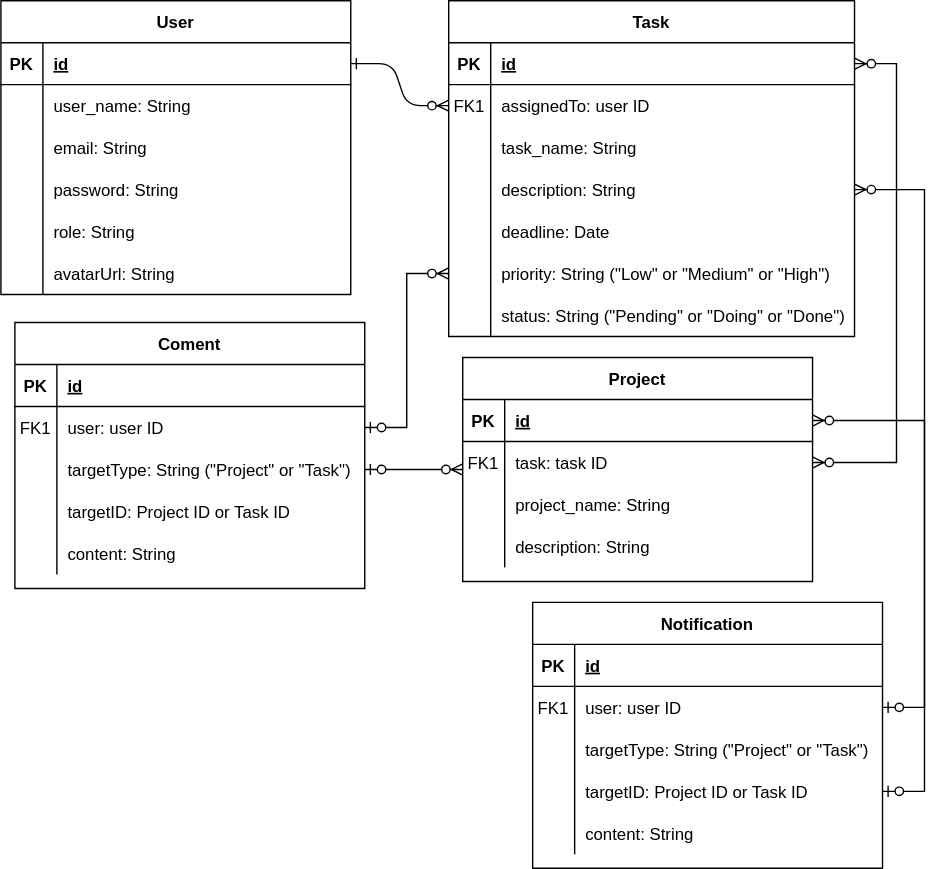
Before: ERD TASKFLOW.svg, a diagram exported from draw.io (nghianm2803/taskflow-be). Source tidied: cells renumbered, new cells last; positions are measured from the earlier drawing's top-left corner, leaving out a move shared by most shapes.
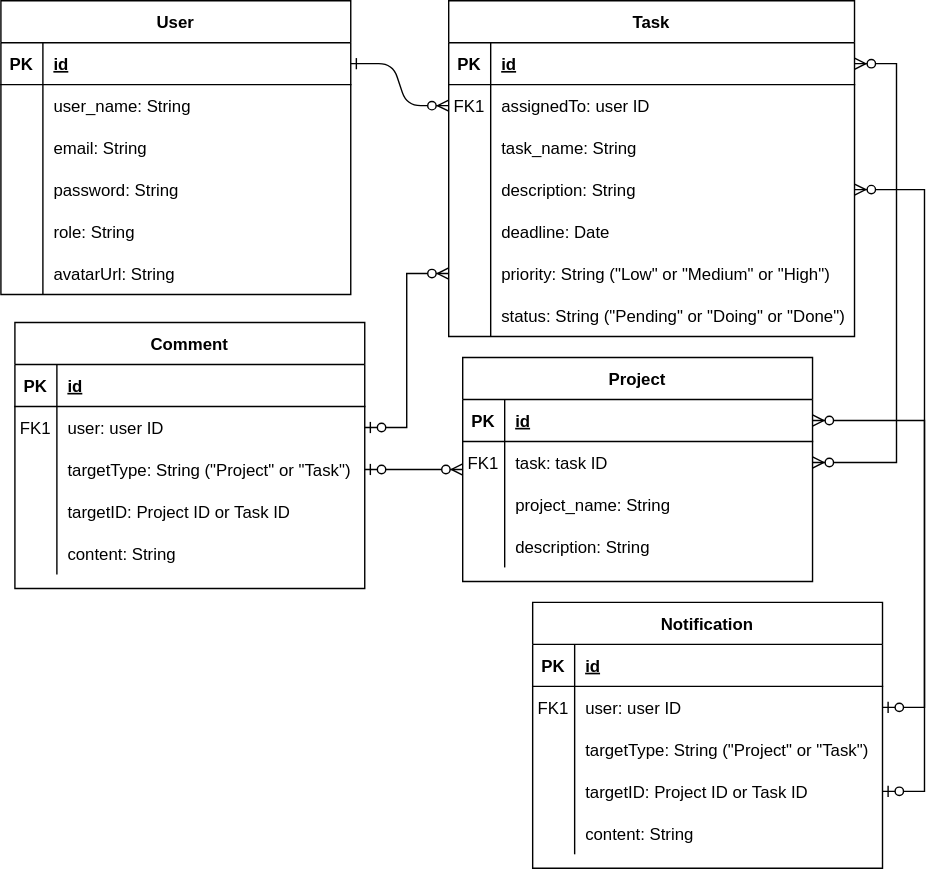
Above is the later version.

Change to the diagram source:
```diff
@@ -167,7 +167,7 @@
     <mxCell id="56" value="avatarUrl: String" style="shape=partialRectangle;overflow=hidden;fillColor=none;top=0;left=0;bottom=0;right=0;align=left;spacingLeft=6;" parent="54" vertex="1">
       <mxGeometry x="30" width="220" height="30" as="geometry" />
     </mxCell>
-    <mxCell id="57" value="Coment" style="shape=table;startSize=30;rowLines=0;fontStyle=1;align=center;" parent="1" vertex="1">
+    <mxCell id="57" value="Comment" style="shape=table;startSize=30;rowLines=0;fontStyle=1;align=center;" parent="1" vertex="1">
       <mxGeometry x="10" y="230" width="250" height="190" as="geometry" />
     </mxCell>
     <mxCell id="58" style="shape=partialRectangle;fillColor=none;top=0;left=0;right=0;bottom=1;" parent="57" vertex="1">
```
